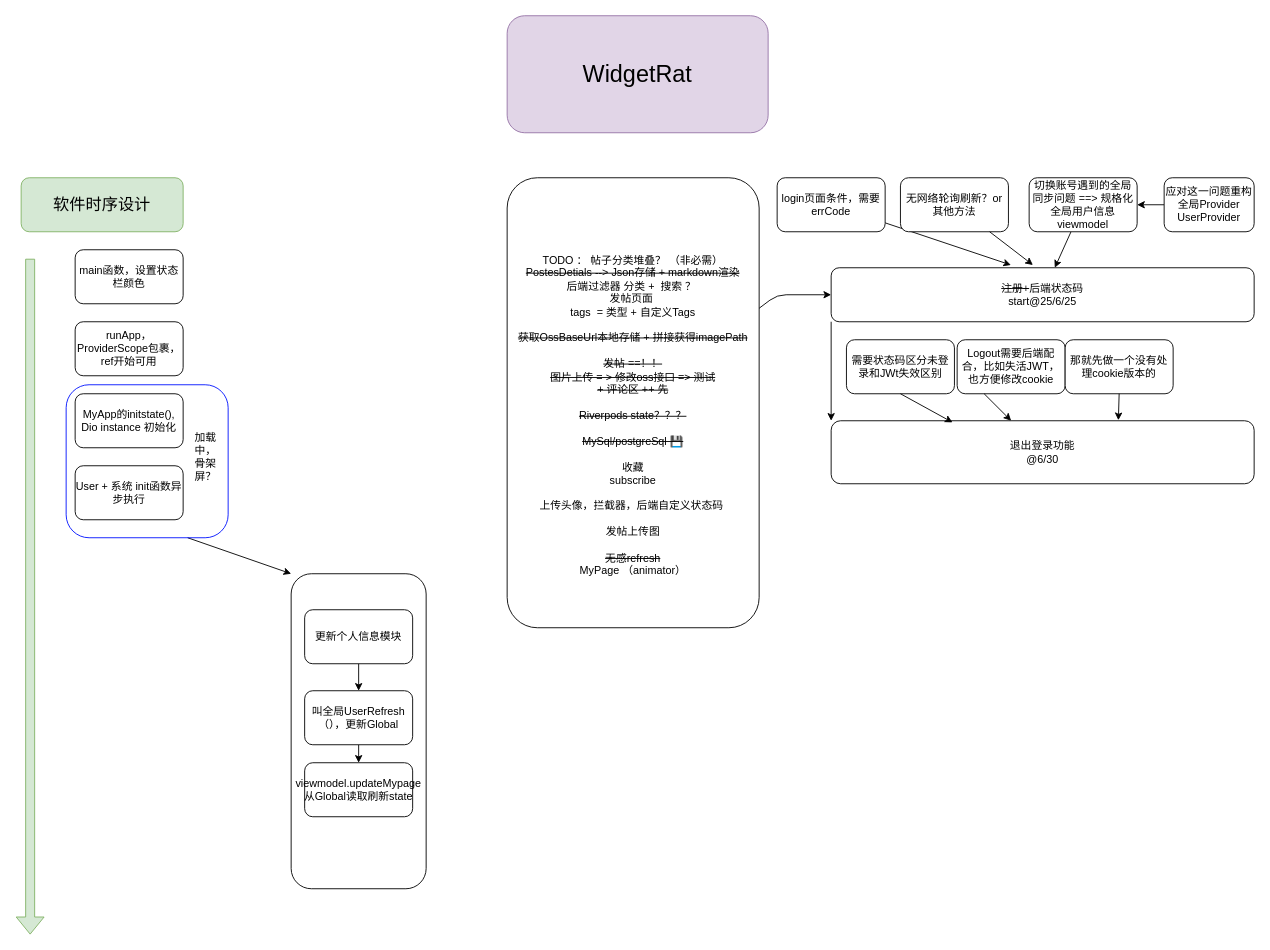
Above: doc/devMilestone.drawio in NAOXUAN4/widget_rat (draw.io), before the change. Source tidied: cells renumbered, new cells numbered last; positions are measured from the earlier drawing's top-left corner, leaving out a move shared by most shapes. Both pictures are drawn from the tidied source at 90%, with x=0, y=0 at pixel (21, 15).
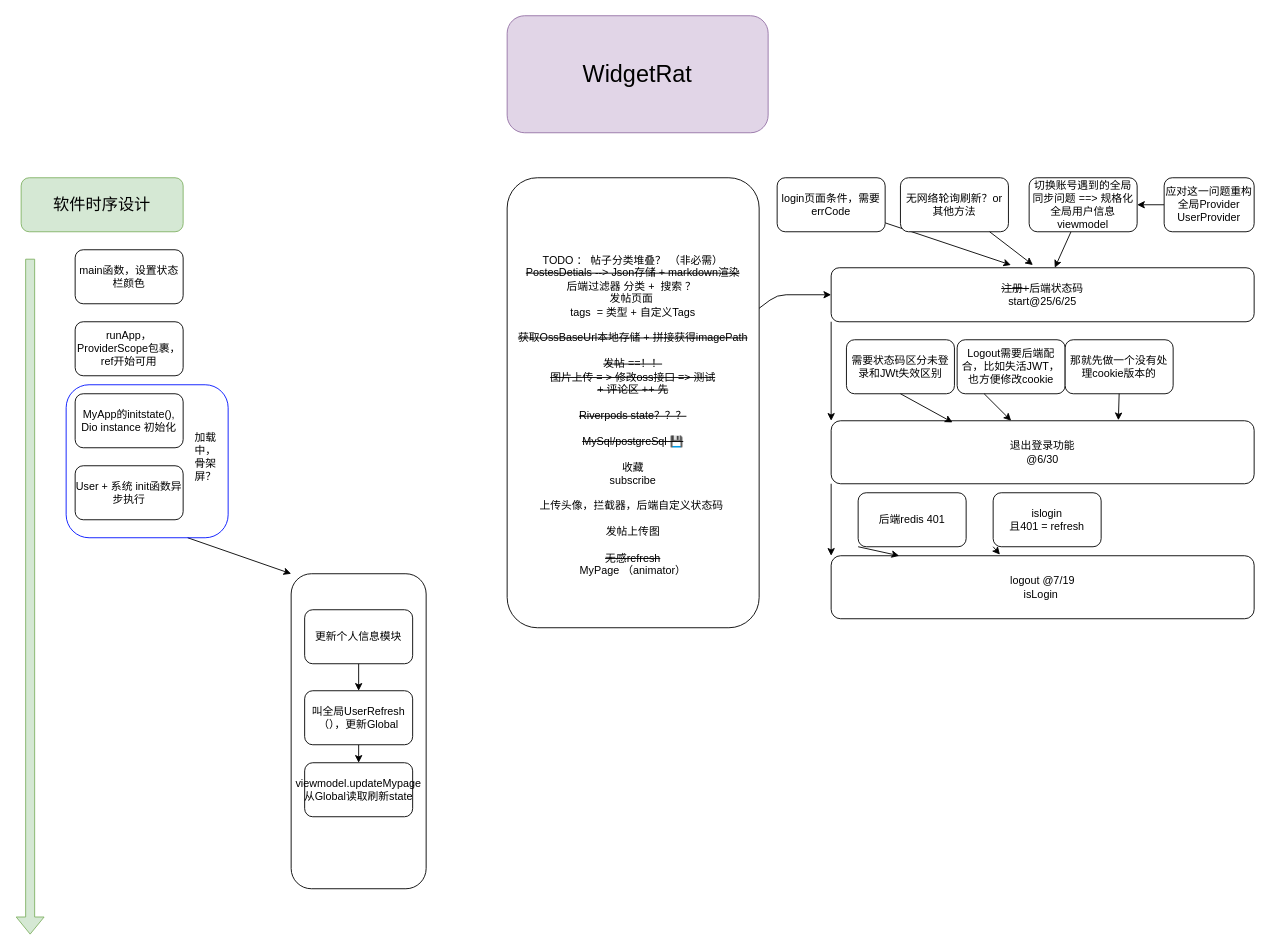
Above is the later version.

The change refers to these unchanged cells:
```xml
<mxCell id="31" value="退出登录功能&lt;div&gt;@6/30&lt;/div&gt;" style="rounded=1;whiteSpace=wrap;html=1;" parent="1" vertex="1">
  <mxGeometry x="900" y="450" width="470" height="70" as="geometry" />
</mxCell>
```

Diff of the diagram source:
```diff
@@
+    <mxCell id="38" style="edgeStyle=none;html=1;exitX=0;exitY=1;exitDx=0;exitDy=0;entryX=0;entryY=0;entryDx=0;entryDy=0;" parent="1" edge="1" source="31" target="39">
+      <mxGeometry relative="1" as="geometry" />
+    </mxCell>
@@
+    <mxCell id="39" value="logout @7/19&lt;div&gt;isLogin&amp;nbsp;&lt;/div&gt;" style="rounded=1;whiteSpace=wrap;html=1;" parent="1" vertex="1">
+      <mxGeometry x="900" y="600" width="470" height="70" as="geometry" />
+    </mxCell>
+    <mxCell id="40" style="edgeStyle=none;html=1;exitX=0;exitY=1;exitDx=0;exitDy=0;" parent="1" edge="1" source="41" target="39">
+      <mxGeometry relative="1" as="geometry" />
+    </mxCell>
+    <mxCell id="41" value="后端redis 401" style="rounded=1;whiteSpace=wrap;html=1;" parent="1" vertex="1">
+      <mxGeometry x="930" y="530" width="120" height="60" as="geometry" />
+    </mxCell>
+    <mxCell id="42" value="islogin&lt;div&gt;&amp;nbsp;且401 = refresh&amp;nbsp;&lt;/div&gt;" style="rounded=1;whiteSpace=wrap;html=1;" parent="1" vertex="1">
+      <mxGeometry x="1080" y="530" width="120" height="60" as="geometry" />
+    </mxCell>
+    <mxCell id="43" style="edgeStyle=none;html=1;exitX=0;exitY=1;exitDx=0;exitDy=0;entryX=0.399;entryY=-0.018;entryDx=0;entryDy=0;entryPerimeter=0;" parent="1" edge="1" source="42" target="39">
+      <mxGeometry relative="1" as="geometry" />
+    </mxCell>
```
